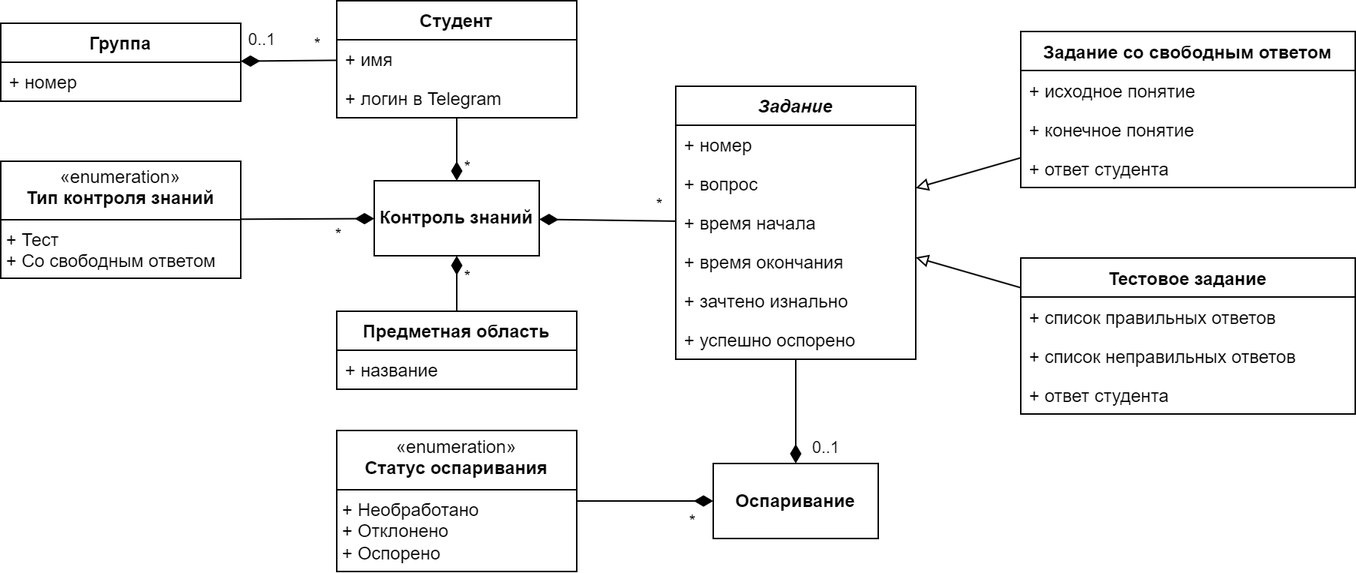
This is docs/diagrams/bot_domain.png from aVorotnikov/ontologer, a draw.io export, as it was before one commit. Source tidied: cells renumbered, new cells last; positions are measured from the earlier drawing's top-left corner, leaving out a move shared by most shapes.
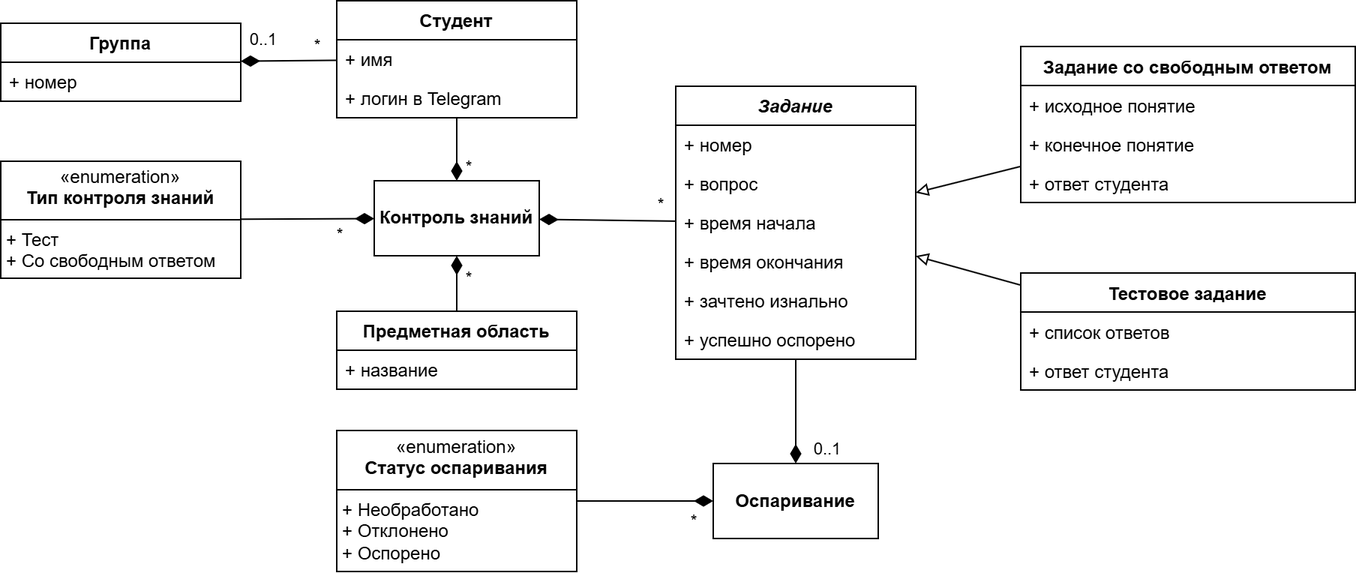
The same file after the commit.

Commit message:
Обновлена метамодель бота

Change to the diagram source:
```diff
@@ -96,7 +96,7 @@
       </mxGeometry>
     </mxCell>
     <mxCell id="29" value="Задание со свободным ответом" style="swimlane;fontStyle=1;align=center;verticalAlign=top;horizontal=1;startSize=26;whiteSpace=wrap;html=1;" parent="1" vertex="1">
-      <mxGeometry x="680" y="20.5" width="223" height="104" as="geometry" />
+      <mxGeometry x="680" y="30.5" width="223" height="104" as="geometry" />
     </mxCell>
     <mxCell id="30" value="+ исходное понятие" style="text;strokeColor=none;fillColor=none;align=left;verticalAlign=top;spacingLeft=4;spacingRight=4;overflow=hidden;whiteSpace=wrap;html=1;" parent="29" vertex="1">
       <mxGeometry y="26" width="223" height="26" as="geometry" />
@@ -108,16 +108,13 @@
       <mxGeometry y="78" width="223" height="26" as="geometry" />
     </mxCell>
     <mxCell id="33" value="Тестовое задание" style="swimlane;fontStyle=1;align=center;verticalAlign=top;horizontal=1;startSize=26;whiteSpace=wrap;html=1;" parent="1" vertex="1">
-      <mxGeometry x="680" y="171.5" width="223" height="104" as="geometry" />
+      <mxGeometry x="680" y="181.5" width="223" height="78" as="geometry" />
     </mxCell>
-    <mxCell id="34" value="+ список правильных ответов" style="text;strokeColor=none;fillColor=none;align=left;verticalAlign=top;spacingLeft=4;spacingRight=4;overflow=hidden;whiteSpace=wrap;html=1;" parent="33" vertex="1">
+    <mxCell id="34" value="+ список ответов" style="text;strokeColor=none;fillColor=none;align=left;verticalAlign=top;spacingLeft=4;spacingRight=4;overflow=hidden;whiteSpace=wrap;html=1;" parent="33" vertex="1">
       <mxGeometry y="26" width="223" height="26" as="geometry" />
     </mxCell>
-    <mxCell id="35" value="+ список неправильных ответов" style="text;strokeColor=none;fillColor=none;align=left;verticalAlign=top;spacingLeft=4;spacingRight=4;overflow=hidden;whiteSpace=wrap;html=1;" parent="33" vertex="1">
-      <mxGeometry y="52" width="223" height="26" as="geometry" />
-    </mxCell>
     <mxCell id="36" value="+ ответ студента" style="text;strokeColor=none;fillColor=none;align=left;verticalAlign=top;spacingLeft=4;spacingRight=4;overflow=hidden;whiteSpace=wrap;html=1;" parent="33" vertex="1">
-      <mxGeometry y="78" width="223" height="26" as="geometry" />
+      <mxGeometry y="52" width="223" height="26" as="geometry" />
     </mxCell>
     <mxCell id="37" value="&lt;p style=&quot;margin:0px;margin-top:4px;text-align:center;&quot;&gt;«enumeration»&lt;br&gt;&lt;b&gt;Тип контроля знаний&lt;/b&gt;&lt;br&gt;&lt;/p&gt;&lt;hr size=&quot;1&quot; style=&quot;border-style:solid;&quot;&gt;&lt;p style=&quot;margin:0px;margin-left:4px;&quot;&gt;+ Тест&lt;/p&gt;&lt;p style=&quot;margin:0px;margin-left:4px;&quot;&gt;+ Со свободным ответом&lt;/p&gt;" style="verticalAlign=top;align=left;overflow=fill;html=1;whiteSpace=wrap;" parent="1" vertex="1">
       <mxGeometry y="107" width="160" height="78" as="geometry" />
```
